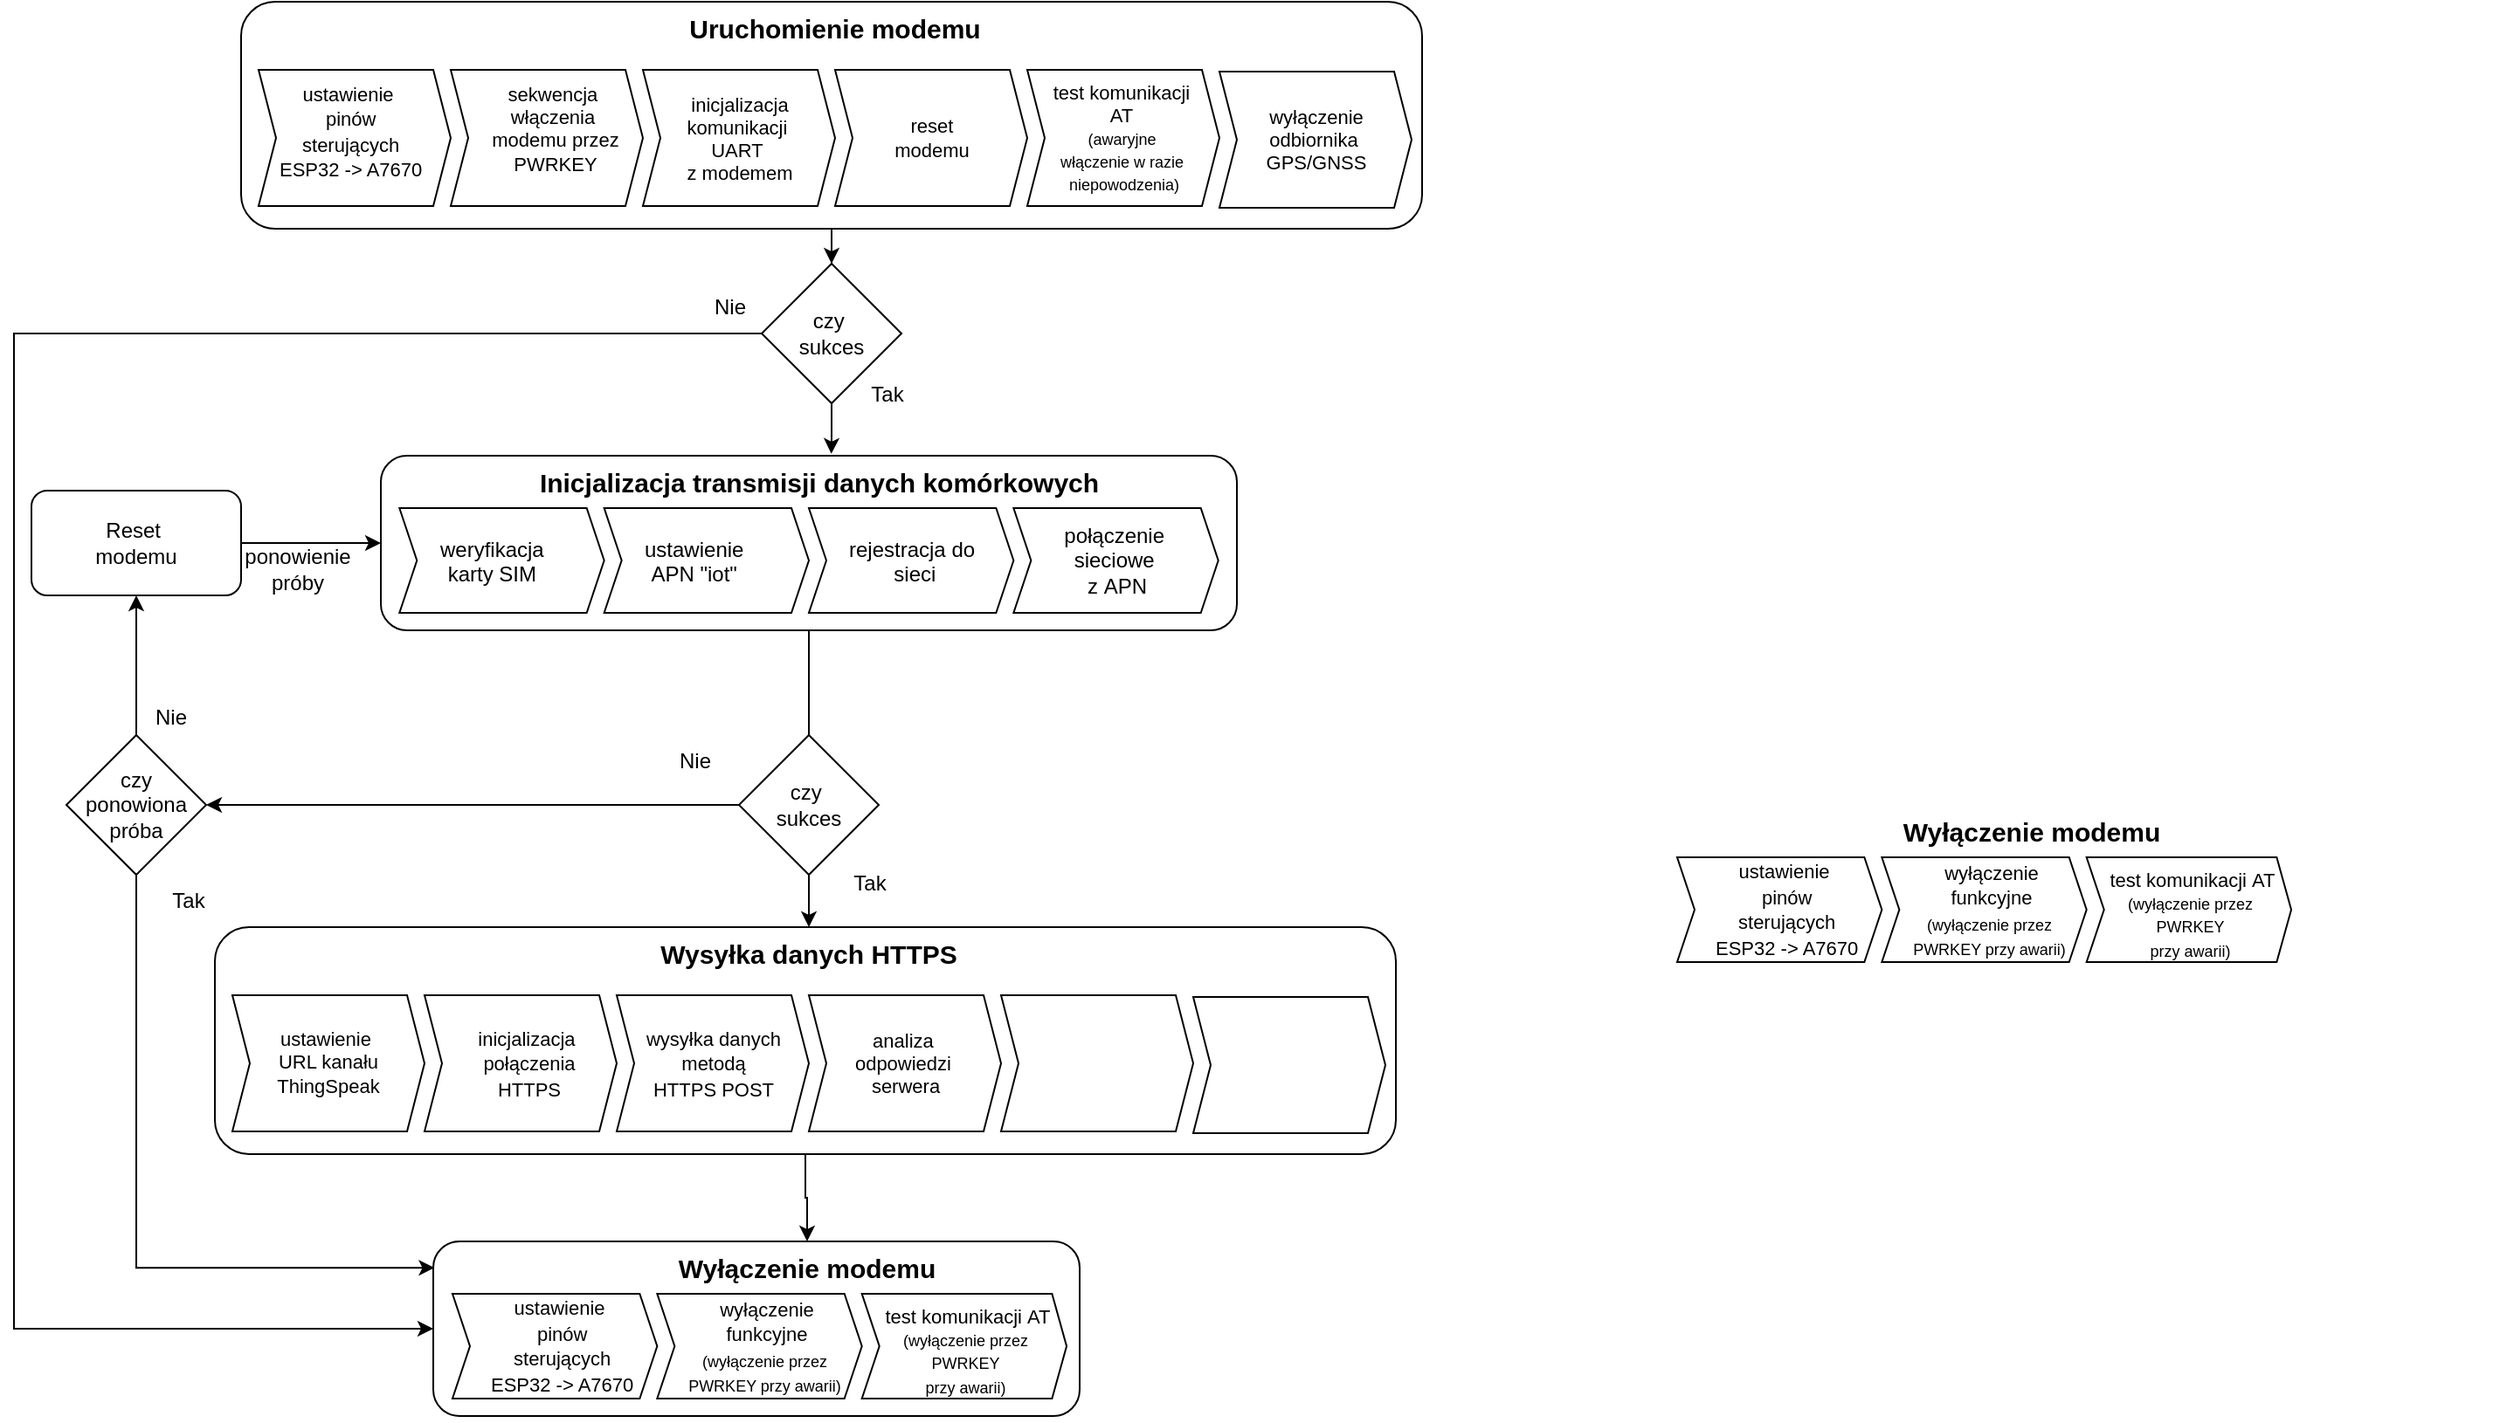
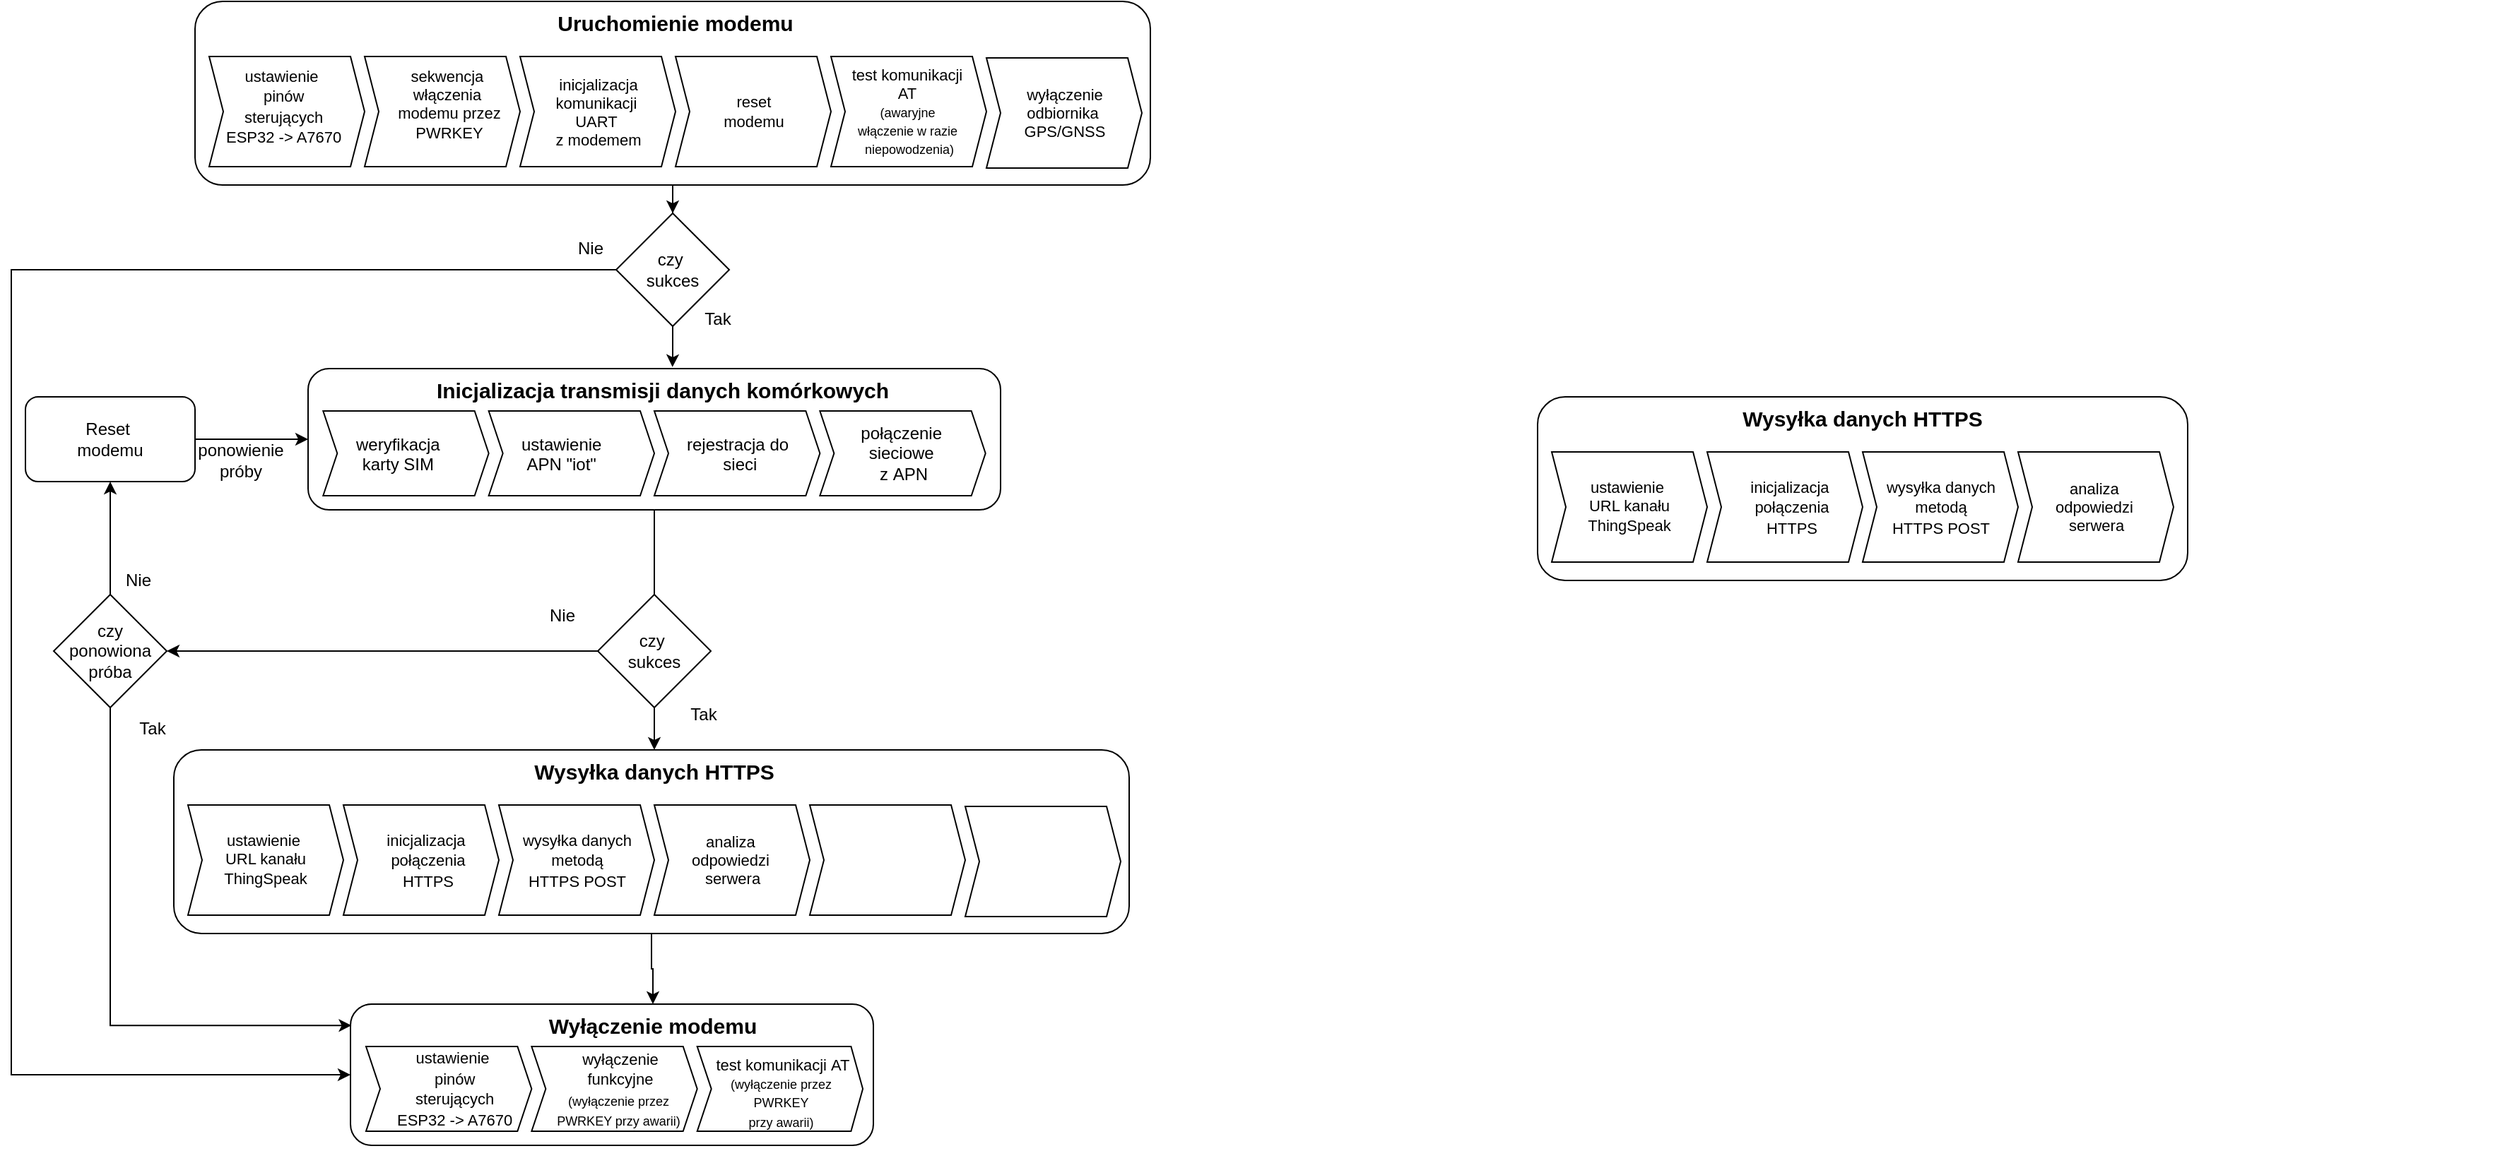
<mxfile host="app.diagrams.net">
  <diagram name="Strona-1" id="qUiWrLwNQSNPpPlMcjFA">
-     <mxGraphModel dx="913" dy="1979" grid="1" gridSize="10" guides="1" tooltips="1" connect="1" arrows="1" fold="1" page="1" pageScale="1" pageWidth="827" pageHeight="1169" math="0" shadow="0">
+     <mxGraphModel dx="970" dy="1851" grid="1" gridSize="10" guides="1" tooltips="1" connect="1" arrows="1" fold="1" page="1" pageScale="1" pageWidth="827" pageHeight="1169" math="0" shadow="0">
      <root>
        <mxCell id="0" />
        <mxCell id="1" parent="0" />
        <mxCell id="zzqq1YDTvUKB0URQ00NY-44" connectable="0" parent="1" style="group" value="" vertex="1">
          <mxGeometry height="100" width="490.6521739130435" x="650" y="110" as="geometry" />
        </mxCell>
        <mxCell id="zzqq1YDTvUKB0URQ00NY-41" parent="zzqq1YDTvUKB0URQ00NY-44" style="rounded=1;whiteSpace=wrap;html=1;fillColor=none;" value="" vertex="1">
          <mxGeometry height="100" width="490.0000000000001" as="geometry" />
        </mxCell>
        <mxCell id="zzqq1YDTvUKB0URQ00NY-43" connectable="0" parent="zzqq1YDTvUKB0URQ00NY-44" style="group" value="" vertex="1">
          <mxGeometry height="90" width="480" x="10.65217391304348" as="geometry" />
        </mxCell>
        <mxCell id="zzqq1YDTvUKB0URQ00NY-32" parent="zzqq1YDTvUKB0URQ00NY-43" style="html=1;shadow=0;dashed=0;align=center;verticalAlign=middle;shape=mxgraph.arrows2.arrow;dy=0;dx=10;notch=10;" value="" vertex="1">
          <mxGeometry height="60" width="117.17391304347828" y="30" as="geometry" />
        </mxCell>
        <mxCell id="zzqq1YDTvUKB0URQ00NY-34" parent="zzqq1YDTvUKB0URQ00NY-43" style="text;whiteSpace=wrap;html=1;" value="&lt;span style=&quot;caret-color: rgb(0, 0, 0); color: rgb(0, 0, 0); font-family: Helvetica; font-size: 12.000001px; font-style: normal; font-variant-caps: normal; font-weight: 400; letter-spacing: normal; orphans: 2; text-align: center; text-indent: 0px; text-transform: none; white-space: nowrap; widows: 2; word-spacing: 0px; -webkit-text-stroke-width: 0px; text-decoration-line: none; text-decoration-thickness: auto; text-decoration-style: solid;&quot;&gt;weryfikacja&lt;/span&gt;&lt;div style=&quot;caret-color: rgb(0, 0, 0); color: rgb(0, 0, 0); font-family: Helvetica; font-size: 12.000001px; font-style: normal; font-variant-caps: normal; font-weight: 400; letter-spacing: normal; orphans: 2; text-align: center; text-indent: 0px; text-transform: none; white-space: nowrap; widows: 2; word-spacing: 0px; -webkit-text-stroke-width: 0px; text-decoration-line: none; text-decoration-thickness: auto; text-decoration-style: solid;&quot;&gt;karty SIM&lt;/div&gt;" vertex="1">
          <mxGeometry height="50" width="95.86956521739131" x="21.30434782608696" y="40" as="geometry" />
        </mxCell>
        <mxCell id="zzqq1YDTvUKB0URQ00NY-35" parent="zzqq1YDTvUKB0URQ00NY-43" style="html=1;shadow=0;dashed=0;align=center;verticalAlign=middle;shape=mxgraph.arrows2.arrow;dy=0;dx=10;notch=10;" value="" vertex="1">
          <mxGeometry height="60" width="117.17391304347828" x="117.17391304347828" y="30" as="geometry" />
        </mxCell>
        <mxCell id="zzqq1YDTvUKB0URQ00NY-36" parent="zzqq1YDTvUKB0URQ00NY-43" style="text;whiteSpace=wrap;html=1;" value="&lt;div style=&quot;text-align: center;&quot;&gt;&lt;span style=&quot;font-size: 12px; caret-color: rgb(0, 0, 0); text-wrap-mode: nowrap;&quot;&gt;&lt;font color=&quot;#000000&quot;&gt;ustawienie&lt;/font&gt;&lt;/span&gt;&lt;/div&gt;&lt;div style=&quot;text-align: center;&quot;&gt;&lt;span style=&quot;font-size: 12px; caret-color: rgb(0, 0, 0); text-wrap-mode: nowrap;&quot;&gt;&lt;font color=&quot;#000000&quot;&gt;APN&amp;nbsp;&lt;/font&gt;&lt;/span&gt;&lt;span style=&quot;font-size: 12px; white-space: nowrap;&quot;&gt;&quot;iot&quot;&lt;/span&gt;&lt;/div&gt;" vertex="1">
          <mxGeometry height="50" width="95.86956521739131" x="138.47826086956525" y="40" as="geometry" />
        </mxCell>
        <mxCell id="zzqq1YDTvUKB0URQ00NY-37" parent="zzqq1YDTvUKB0URQ00NY-43" style="html=1;shadow=0;dashed=0;align=center;verticalAlign=middle;shape=mxgraph.arrows2.arrow;dy=0;dx=10;notch=10;" value="" vertex="1">
          <mxGeometry height="60" width="117.17391304347828" x="234.34782608695656" y="30" as="geometry" />
        </mxCell>
        <mxCell id="zzqq1YDTvUKB0URQ00NY-38" parent="zzqq1YDTvUKB0URQ00NY-43" style="text;whiteSpace=wrap;html=1;" value="&lt;div style=&quot;text-align: center;&quot;&gt;&lt;span style=&quot;caret-color: rgb(0, 0, 0); text-wrap-mode: nowrap;&quot;&gt;rejestracja do&amp;nbsp;&lt;/span&gt;&lt;/div&gt;&lt;div style=&quot;text-align: center;&quot;&gt;&lt;span style=&quot;caret-color: rgb(0, 0, 0); text-wrap-mode: nowrap;&quot;&gt;sieci&lt;/span&gt;&lt;/div&gt;" vertex="1">
          <mxGeometry height="50" width="95.86956521739131" x="255.6521739130435" y="40" as="geometry" />
        </mxCell>
        <mxCell id="zzqq1YDTvUKB0URQ00NY-39" parent="zzqq1YDTvUKB0URQ00NY-43" style="html=1;shadow=0;dashed=0;align=center;verticalAlign=middle;shape=mxgraph.arrows2.arrow;dy=0;dx=10;notch=10;" value="połączenie&amp;nbsp;&lt;div&gt;sieciowe&amp;nbsp;&lt;/div&gt;&lt;div&gt;z&amp;nbsp;&lt;span style=&quot;font-size: 12px;&quot;&gt;APN&lt;/span&gt;&lt;/div&gt;" vertex="1">
          <mxGeometry height="60" width="117.17391304347828" x="351.52173913043487" y="30" as="geometry" />
        </mxCell>
        <mxCell id="zzqq1YDTvUKB0URQ00NY-42" parent="zzqq1YDTvUKB0URQ00NY-43" style="text;whiteSpace=wrap;html=1;align=center;" value="&lt;div style=&quot;&quot;&gt;&lt;span style=&quot;&quot;&gt;&lt;b&gt;&lt;font style=&quot;font-size: 15px;&quot;&gt;Inicjalizacja transmisji danych komórkowych&lt;/font&gt;&lt;/b&gt;&lt;/span&gt;&lt;br&gt;&lt;/div&gt;" vertex="1">
          <mxGeometry height="50" width="480" as="geometry" />
        </mxCell>
        <mxCell id="zzqq1YDTvUKB0URQ00NY-64" connectable="0" parent="1" style="group" value="" vertex="1">
          <mxGeometry height="130" width="680" x="570" y="-150" as="geometry" />
        </mxCell>
        <mxCell id="zzqq1YDTvUKB0URQ00NY-47" parent="zzqq1YDTvUKB0URQ00NY-64" style="rounded=1;whiteSpace=wrap;html=1;fillColor=none;" value="" vertex="1">
          <mxGeometry height="130" width="676" as="geometry" />
        </mxCell>
        <mxCell id="zzqq1YDTvUKB0URQ00NY-63" connectable="0" parent="zzqq1YDTvUKB0URQ00NY-64" style="group" value="" vertex="1">
          <mxGeometry height="118" width="670" x="10" as="geometry" />
        </mxCell>
        <mxCell id="zzqq1YDTvUKB0URQ00NY-48" connectable="0" parent="zzqq1YDTvUKB0URQ00NY-63" style="group" value="" vertex="1">
          <mxGeometry height="117" width="670" as="geometry" />
        </mxCell>
        <mxCell id="zzqq1YDTvUKB0URQ00NY-49" parent="zzqq1YDTvUKB0URQ00NY-48" style="html=1;shadow=0;dashed=0;align=center;verticalAlign=middle;shape=mxgraph.arrows2.arrow;dy=0;dx=10;notch=10;" value="" vertex="1">
          <mxGeometry height="78" width="110" y="39" as="geometry" />
        </mxCell>
        <mxCell id="zzqq1YDTvUKB0URQ00NY-51" parent="zzqq1YDTvUKB0URQ00NY-48" style="html=1;shadow=0;dashed=0;align=center;verticalAlign=middle;shape=mxgraph.arrows2.arrow;dy=0;dx=10;notch=10;" value="" vertex="1">
          <mxGeometry height="78" width="110" x="110" y="39" as="geometry" />
        </mxCell>
        <mxCell id="zzqq1YDTvUKB0URQ00NY-52" parent="zzqq1YDTvUKB0URQ00NY-48" style="text;whiteSpace=wrap;html=1;fontSize=11;align=center;" value="&lt;div style=&quot;&quot;&gt;&lt;span style=&quot;caret-color: rgb(0, 0, 0); text-wrap-mode: nowrap;&quot;&gt;sekwencja&amp;nbsp;&lt;/span&gt;&lt;/div&gt;&lt;div style=&quot;&quot;&gt;&lt;span style=&quot;caret-color: rgb(0, 0, 0); text-wrap-mode: nowrap;&quot;&gt;włączenia&amp;nbsp;&lt;/span&gt;&lt;/div&gt;&lt;div style=&quot;&quot;&gt;&lt;span style=&quot;caret-color: rgb(0, 0, 0); text-wrap-mode: nowrap;&quot;&gt;modemu przez&lt;/span&gt;&lt;/div&gt;&lt;div style=&quot;&quot;&gt;&lt;span style=&quot;caret-color: rgb(0, 0, 0); text-wrap-mode: nowrap;&quot;&gt;PWRKEY&lt;/span&gt;&lt;/div&gt;&lt;div style=&quot;&quot;&gt;&lt;span style=&quot;caret-color: rgb(0, 0, 0); text-wrap-mode: nowrap;&quot;&gt;&lt;br&gt;&lt;/span&gt;&lt;/div&gt;&lt;div style=&quot;&quot;&gt;&lt;br&gt;&lt;/div&gt;" vertex="1">
          <mxGeometry height="77" width="120" x="110" y="40" as="geometry" />
        </mxCell>
        <mxCell id="zzqq1YDTvUKB0URQ00NY-53" parent="zzqq1YDTvUKB0URQ00NY-48" style="html=1;shadow=0;dashed=0;align=center;verticalAlign=middle;shape=mxgraph.arrows2.arrow;dy=0;dx=10;notch=10;" value="&lt;span style=&quot;font-size: 11px; float: none; display: inline !important; caret-color: rgb(0, 0, 0); color: rgb(0, 0, 0); text-decoration-color: currentcolor;&quot;&gt;inicjalizacja&lt;/span&gt;&lt;div style=&quot;font-size: 11px; white-space: normal; caret-color: rgb(0, 0, 0); color: rgb(0, 0, 0);&quot;&gt;&lt;span style=&quot;text-wrap-mode: nowrap;&quot;&gt;komunikacji&amp;nbsp;&lt;/span&gt;&lt;/div&gt;&lt;div style=&quot;font-size: 11px; white-space: normal; caret-color: rgb(0, 0, 0); color: rgb(0, 0, 0);&quot;&gt;&lt;span style=&quot;text-wrap-mode: nowrap;&quot;&gt;UART&amp;nbsp;&lt;/span&gt;&lt;/div&gt;&lt;div style=&quot;font-size: 11px; white-space: normal; caret-color: rgb(0, 0, 0); color: rgb(0, 0, 0);&quot;&gt;&lt;span style=&quot;text-wrap-mode: nowrap;&quot;&gt;z modemem&lt;/span&gt;&lt;/div&gt;" vertex="1">
          <mxGeometry height="78" width="110" x="220" y="39" as="geometry" />
        </mxCell>
        <mxCell id="zzqq1YDTvUKB0URQ00NY-55" parent="zzqq1YDTvUKB0URQ00NY-48" style="html=1;shadow=0;dashed=0;align=center;verticalAlign=middle;shape=mxgraph.arrows2.arrow;dy=0;dx=10;notch=10;fontSize=11;labelBackgroundColor=none;" value="reset&lt;div&gt;modemu&lt;/div&gt;" vertex="1">
          <mxGeometry height="78" width="110" x="330" y="39" as="geometry" />
        </mxCell>
        <mxCell id="zzqq1YDTvUKB0URQ00NY-56" parent="zzqq1YDTvUKB0URQ00NY-48" style="text;whiteSpace=wrap;html=1;align=center;" value="&lt;div style=&quot;&quot;&gt;&lt;b&gt;&lt;font style=&quot;font-size: 15px;&quot;&gt;Uruchomienie modemu&lt;/font&gt;&lt;/b&gt;&lt;/div&gt;" vertex="1">
          <mxGeometry height="65" width="680" x="-10" as="geometry" />
        </mxCell>
        <mxCell id="zzqq1YDTvUKB0URQ00NY-50" parent="zzqq1YDTvUKB0URQ00NY-48" style="text;whiteSpace=wrap;html=1;" value="&lt;div style=&quot;text-align: center;&quot;&gt;&lt;span style=&quot;text-wrap-mode: nowrap;&quot;&gt;&lt;font style=&quot;font-size: 11px;&quot;&gt;ustawienie&amp;nbsp;&lt;/font&gt;&lt;/span&gt;&lt;/div&gt;&lt;div style=&quot;text-align: center;&quot;&gt;&lt;span style=&quot;text-wrap-mode: nowrap;&quot;&gt;&lt;font style=&quot;font-size: 11px;&quot;&gt;pinów&lt;/font&gt;&lt;/span&gt;&lt;/div&gt;&lt;div style=&quot;text-align: center;&quot;&gt;&lt;span style=&quot;text-wrap-mode: nowrap;&quot;&gt;&lt;font style=&quot;font-size: 11px;&quot;&gt;&amp;nbsp;sterujących&amp;nbsp;&lt;/font&gt;&lt;/span&gt;&lt;/div&gt;&lt;div style=&quot;text-align: center;&quot;&gt;&lt;span style=&quot;font-size: 11px; text-wrap-mode: nowrap;&quot;&gt;ESP32 -&amp;gt; A7670&lt;/span&gt;&lt;/div&gt;&lt;div style=&quot;text-align: center;&quot;&gt;&lt;span style=&quot;text-wrap-mode: nowrap;&quot;&gt;&lt;br&gt;&lt;/span&gt;&lt;/div&gt;" vertex="1">
          <mxGeometry height="65" width="90" x="10" y="39" as="geometry" />
        </mxCell>
        <mxCell id="zzqq1YDTvUKB0URQ00NY-58" parent="zzqq1YDTvUKB0URQ00NY-63" style="html=1;shadow=0;dashed=0;align=center;verticalAlign=middle;shape=mxgraph.arrows2.arrow;dy=0;dx=10;notch=10;fontSize=11;" value="test komunikacji&amp;nbsp;&lt;div&gt;AT&amp;nbsp;&lt;div&gt;&lt;font style=&quot;font-size: 9px;&quot;&gt;(awaryjne&amp;nbsp;&lt;/font&gt;&lt;/div&gt;&lt;div&gt;&lt;font style=&quot;font-size: 9px;&quot;&gt;włączenie w razie&amp;nbsp;&lt;/font&gt;&lt;/div&gt;&lt;div&gt;&lt;font style=&quot;font-size: 9px;&quot;&gt;niepowodzenia)&lt;/font&gt;&lt;/div&gt;&lt;/div&gt;" vertex="1">
          <mxGeometry height="78" width="110" x="440" y="39" as="geometry" />
        </mxCell>
        <mxCell id="zzqq1YDTvUKB0URQ00NY-59" parent="zzqq1YDTvUKB0URQ00NY-63" style="html=1;shadow=0;dashed=0;align=center;verticalAlign=middle;shape=mxgraph.arrows2.arrow;dy=0;dx=10;notch=10;fontSize=11;" value="wyłączenie&lt;div&gt;odbiornika&amp;nbsp;&lt;/div&gt;&lt;div&gt;GPS/GNSS&lt;/div&gt;" vertex="1">
          <mxGeometry height="78" width="110" x="550" y="40" as="geometry" />
        </mxCell>
        <mxCell id="zzqq1YDTvUKB0URQ00NY-69" edge="1" parent="1" source="zzqq1YDTvUKB0URQ00NY-65" style="edgeStyle=orthogonalEdgeStyle;rounded=0;orthogonalLoop=1;jettySize=auto;html=1;fontSize=13;entryX=0.515;entryY=-0.022;entryDx=0;entryDy=0;entryPerimeter=0;" target="zzqq1YDTvUKB0URQ00NY-42" value="">
          <mxGeometry relative="1" as="geometry" />
        </mxCell>
        <mxCell id="zzqq1YDTvUKB0URQ00NY-126" edge="1" parent="1" source="zzqq1YDTvUKB0URQ00NY-65" style="edgeStyle=orthogonalEdgeStyle;rounded=0;orthogonalLoop=1;jettySize=auto;html=1;entryX=0;entryY=0.5;entryDx=0;entryDy=0;" target="zzqq1YDTvUKB0URQ00NY-73">
          <mxGeometry relative="1" as="geometry">
            <Array as="points">
              <mxPoint x="440" y="40" />
              <mxPoint x="440" y="610" />
            </Array>
            <mxPoint x="430" y="730" as="targetPoint" />
          </mxGeometry>
        </mxCell>
        <mxCell id="zzqq1YDTvUKB0URQ00NY-65" parent="1" style="rhombus;whiteSpace=wrap;html=1;" value="czy&amp;nbsp;&lt;div&gt;sukces&lt;/div&gt;" vertex="1">
          <mxGeometry height="80" width="80" x="868" as="geometry" />
        </mxCell>
        <mxCell id="zzqq1YDTvUKB0URQ00NY-66" parent="1" style="text;html=1;whiteSpace=wrap;strokeColor=none;fillColor=none;align=center;verticalAlign=middle;rounded=0;" value="Nie" vertex="1">
          <mxGeometry height="30" width="60" x="820" y="10" as="geometry" />
        </mxCell>
        <mxCell id="zzqq1YDTvUKB0URQ00NY-94" parent="1" style="text;html=1;whiteSpace=wrap;strokeColor=none;fillColor=none;align=center;verticalAlign=middle;rounded=0;" value="Tak" vertex="1">
          <mxGeometry height="30" width="60" x="910" y="60" as="geometry" />
        </mxCell>
        <mxCell id="zzqq1YDTvUKB0URQ00NY-95" connectable="0" parent="1" style="group" value="" vertex="1">
          <mxGeometry height="140" width="680" x="555" y="380" as="geometry" />
        </mxCell>
        <mxCell id="zzqq1YDTvUKB0URQ00NY-96" parent="zzqq1YDTvUKB0URQ00NY-95" style="rounded=1;whiteSpace=wrap;html=1;fillColor=none;" value="" vertex="1">
          <mxGeometry height="130" width="676" as="geometry" />
        </mxCell>
        <mxCell id="zzqq1YDTvUKB0URQ00NY-97" connectable="0" parent="zzqq1YDTvUKB0URQ00NY-95" style="group" value="" vertex="1">
          <mxGeometry height="140" width="670" x="10" as="geometry" />
        </mxCell>
        <mxCell id="zzqq1YDTvUKB0URQ00NY-98" connectable="0" parent="zzqq1YDTvUKB0URQ00NY-97" style="group" value="" vertex="1">
          <mxGeometry height="140" width="670" as="geometry" />
        </mxCell>
        <mxCell id="zzqq1YDTvUKB0URQ00NY-99" parent="zzqq1YDTvUKB0URQ00NY-98" style="html=1;shadow=0;dashed=0;align=center;verticalAlign=middle;shape=mxgraph.arrows2.arrow;dy=0;dx=10;notch=10;" value="" vertex="1">
          <mxGeometry height="78" width="110" y="39" as="geometry" />
        </mxCell>
        <mxCell id="zzqq1YDTvUKB0URQ00NY-100" parent="zzqq1YDTvUKB0URQ00NY-98" style="html=1;shadow=0;dashed=0;align=center;verticalAlign=middle;shape=mxgraph.arrows2.arrow;dy=0;dx=10;notch=10;" value="" vertex="1">
          <mxGeometry height="78" width="110" x="110" y="39" as="geometry" />
        </mxCell>
        <mxCell id="zzqq1YDTvUKB0URQ00NY-101" parent="zzqq1YDTvUKB0URQ00NY-98" style="text;whiteSpace=wrap;html=1;fontSize=11;align=center;" value="&lt;div style=&quot;&quot;&gt;&lt;div style=&quot;font-size: 12.000001px;&quot;&gt;&lt;span style=&quot;font-size: 11px; text-wrap-mode: nowrap;&quot;&gt;inicjalizacja&lt;/span&gt;&lt;span style=&quot;font-size: 11px; white-space: nowrap;&quot;&gt;&amp;nbsp;&lt;/span&gt;&lt;/div&gt;&lt;div style=&quot;font-size: 12.000001px;&quot;&gt;&lt;span style=&quot;font-size: 11px; white-space: nowrap;&quot;&gt;połączenia&lt;/span&gt;&lt;/div&gt;&lt;div style=&quot;font-size: 12.000001px;&quot;&gt;&lt;span style=&quot;font-size: 11px; white-space: nowrap;&quot;&gt;HTTPS&lt;/span&gt;&lt;/div&gt;&lt;/div&gt;" vertex="1">
          <mxGeometry height="90" width="120" x="110" y="50" as="geometry" />
        </mxCell>
        <mxCell id="zzqq1YDTvUKB0URQ00NY-102" parent="zzqq1YDTvUKB0URQ00NY-98" style="html=1;shadow=0;dashed=0;align=center;verticalAlign=middle;shape=mxgraph.arrows2.arrow;dy=0;dx=10;notch=10;" value="&lt;font color=&quot;#000000&quot;&gt;&lt;span style=&quot;caret-color: rgb(0, 0, 0); font-size: 11px;&quot;&gt;wysyłka danych&lt;/span&gt;&lt;/font&gt;&lt;div&gt;&lt;span style=&quot;caret-color: rgb(0, 0, 0); font-size: 11px;&quot;&gt;metodą&lt;br&gt;&lt;/span&gt;&lt;div&gt;&lt;font color=&quot;#000000&quot;&gt;&lt;span style=&quot;caret-color: rgb(0, 0, 0); font-size: 11px;&quot;&gt;HTTPS POST&lt;/span&gt;&lt;/font&gt;&lt;/div&gt;&lt;/div&gt;" vertex="1">
          <mxGeometry height="78" width="110" x="220" y="39" as="geometry" />
        </mxCell>
        <mxCell id="zzqq1YDTvUKB0URQ00NY-103" parent="zzqq1YDTvUKB0URQ00NY-98" style="html=1;shadow=0;dashed=0;align=center;verticalAlign=middle;shape=mxgraph.arrows2.arrow;dy=0;dx=10;notch=10;fontSize=11;labelBackgroundColor=none;" value="analiza&amp;nbsp;&lt;div&gt;odpowiedzi&amp;nbsp;&lt;/div&gt;&lt;div&gt;serwera&lt;/div&gt;" vertex="1">
          <mxGeometry height="78" width="110" x="330" y="39" as="geometry" />
        </mxCell>
        <mxCell id="zzqq1YDTvUKB0URQ00NY-104" parent="zzqq1YDTvUKB0URQ00NY-98" style="text;whiteSpace=wrap;html=1;align=center;" value="&lt;div style=&quot;&quot;&gt;&lt;b&gt;&lt;font style=&quot;font-size: 15px;&quot;&gt;Wysyłka danych HTTPS&lt;/font&gt;&lt;/b&gt;&lt;/div&gt;" vertex="1">
          <mxGeometry height="65" width="680" x="-10" as="geometry" />
        </mxCell>
        <mxCell id="zzqq1YDTvUKB0URQ00NY-105" parent="zzqq1YDTvUKB0URQ00NY-98" style="text;whiteSpace=wrap;html=1;align=center;" value="&lt;div style=&quot;&quot;&gt;&lt;span style=&quot;font-size: 11px; white-space: nowrap;&quot;&gt;ustawienie&amp;nbsp;&lt;/span&gt;&lt;br&gt;&lt;/div&gt;&lt;div style=&quot;font-size: 11px;&quot;&gt;&lt;span style=&quot;white-space: nowrap;&quot;&gt;URL kanału&lt;/span&gt;&lt;br&gt;&lt;/div&gt;&lt;div style=&quot;font-size: 11px;&quot;&gt;&lt;span style=&quot;white-space: nowrap;&quot;&gt;ThingSpeak&lt;/span&gt;&lt;/div&gt;" vertex="1">
          <mxGeometry height="70" width="150" x="-20" y="50" as="geometry" />
        </mxCell>
        <mxCell id="zzqq1YDTvUKB0URQ00NY-106" parent="zzqq1YDTvUKB0URQ00NY-97" style="html=1;shadow=0;dashed=0;align=center;verticalAlign=middle;shape=mxgraph.arrows2.arrow;dy=0;dx=10;notch=10;fontSize=11;" value="" vertex="1">
          <mxGeometry height="78" width="110" x="440" y="39" as="geometry" />
        </mxCell>
        <mxCell id="zzqq1YDTvUKB0URQ00NY-107" parent="zzqq1YDTvUKB0URQ00NY-97" style="html=1;shadow=0;dashed=0;align=center;verticalAlign=middle;shape=mxgraph.arrows2.arrow;dy=0;dx=10;notch=10;fontSize=11;" value="" vertex="1">
          <mxGeometry height="78" width="110" x="550" y="40" as="geometry" />
        </mxCell>
        <mxCell id="zzqq1YDTvUKB0URQ00NY-108" edge="1" parent="1" source="zzqq1YDTvUKB0URQ00NY-41" style="edgeStyle=orthogonalEdgeStyle;rounded=0;orthogonalLoop=1;jettySize=auto;html=1;entryX=0.5;entryY=0;entryDx=0;entryDy=0;exitX=0.5;exitY=1;exitDx=0;exitDy=0;" target="zzqq1YDTvUKB0URQ00NY-104">
          <mxGeometry relative="1" as="geometry" />
        </mxCell>
        <mxCell id="zzqq1YDTvUKB0URQ00NY-119" edge="1" parent="1" source="zzqq1YDTvUKB0URQ00NY-109" style="edgeStyle=orthogonalEdgeStyle;rounded=0;orthogonalLoop=1;jettySize=auto;html=1;" target="zzqq1YDTvUKB0URQ00NY-115">
          <mxGeometry relative="1" as="geometry" />
        </mxCell>
        <mxCell id="zzqq1YDTvUKB0URQ00NY-109" parent="1" style="rhombus;whiteSpace=wrap;html=1;" value="czy&amp;nbsp;&lt;div&gt;sukces&lt;/div&gt;" vertex="1">
          <mxGeometry height="80" width="80" x="855" y="270" as="geometry" />
        </mxCell>
        <mxCell id="zzqq1YDTvUKB0URQ00NY-110" parent="1" style="text;html=1;whiteSpace=wrap;strokeColor=none;fillColor=none;align=center;verticalAlign=middle;rounded=0;" value="Tak" vertex="1">
          <mxGeometry height="30" width="60" x="900" y="340" as="geometry" />
        </mxCell>
        <mxCell id="zzqq1YDTvUKB0URQ00NY-111" parent="1" style="text;html=1;whiteSpace=wrap;strokeColor=none;fillColor=none;align=center;verticalAlign=middle;rounded=0;" value="Nie" vertex="1">
          <mxGeometry height="30" width="60" x="800" y="270" as="geometry" />
        </mxCell>
        <mxCell id="zzqq1YDTvUKB0URQ00NY-121" edge="1" parent="1" source="zzqq1YDTvUKB0URQ00NY-113" style="edgeStyle=orthogonalEdgeStyle;rounded=0;orthogonalLoop=1;jettySize=auto;html=1;entryX=0;entryY=0.5;entryDx=0;entryDy=0;" target="zzqq1YDTvUKB0URQ00NY-41" value="">
          <mxGeometry relative="1" as="geometry" />
        </mxCell>
        <mxCell id="zzqq1YDTvUKB0URQ00NY-113" parent="1" style="rounded=1;whiteSpace=wrap;html=1;" value="Reset&amp;nbsp;&lt;div&gt;modemu&lt;/div&gt;" vertex="1">
          <mxGeometry height="60" width="120" x="450" y="130" as="geometry" />
        </mxCell>
        <mxCell id="zzqq1YDTvUKB0URQ00NY-114" edge="1" parent="1" source="zzqq1YDTvUKB0URQ00NY-115" style="edgeStyle=orthogonalEdgeStyle;rounded=0;orthogonalLoop=1;jettySize=auto;html=1;" target="zzqq1YDTvUKB0URQ00NY-113" value="">
          <mxGeometry relative="1" as="geometry" />
        </mxCell>
        <mxCell id="zzqq1YDTvUKB0URQ00NY-122" edge="1" parent="1" source="zzqq1YDTvUKB0URQ00NY-115" style="edgeStyle=orthogonalEdgeStyle;rounded=0;orthogonalLoop=1;jettySize=auto;html=1;entryX=0.002;entryY=0.151;entryDx=0;entryDy=0;entryPerimeter=0;" target="zzqq1YDTvUKB0URQ00NY-73">
          <mxGeometry relative="1" as="geometry">
            <Array as="points">
              <mxPoint x="510" y="575" />
            </Array>
          </mxGeometry>
        </mxCell>
        <mxCell id="zzqq1YDTvUKB0URQ00NY-115" parent="1" style="rhombus;whiteSpace=wrap;html=1;" value="czy ponowiona próba" vertex="1">
          <mxGeometry height="80" width="80" x="470" y="270" as="geometry" />
        </mxCell>
        <mxCell id="zzqq1YDTvUKB0URQ00NY-116" parent="1" style="text;html=1;whiteSpace=wrap;strokeColor=none;fillColor=none;align=center;verticalAlign=middle;rounded=0;" value="Nie" vertex="1">
          <mxGeometry height="30" width="60" x="500" y="245" as="geometry" />
        </mxCell>
        <mxCell id="zzqq1YDTvUKB0URQ00NY-117" parent="1" style="text;html=1;whiteSpace=wrap;strokeColor=none;fillColor=none;align=center;verticalAlign=middle;rounded=0;" value="Tak" vertex="1">
          <mxGeometry height="30" width="60" x="510" y="350" as="geometry" />
        </mxCell>
        <mxCell id="zzqq1YDTvUKB0URQ00NY-120" parent="1" style="text;html=1;whiteSpace=wrap;strokeColor=none;fillColor=none;align=center;verticalAlign=middle;rounded=0;" value="ponowienie próby" vertex="1">
          <mxGeometry height="30" width="95" x="555" y="160" as="geometry" />
        </mxCell>
        <mxCell id="zzqq1YDTvUKB0URQ00NY-128" edge="1" parent="1" source="zzqq1YDTvUKB0URQ00NY-47" style="edgeStyle=orthogonalEdgeStyle;rounded=0;orthogonalLoop=1;jettySize=auto;html=1;entryX=0.5;entryY=0;entryDx=0;entryDy=0;" target="zzqq1YDTvUKB0URQ00NY-65">
          <mxGeometry relative="1" as="geometry" />
        </mxCell>
        <mxCell id="zzqq1YDTvUKB0URQ00NY-129" edge="1" parent="1" source="zzqq1YDTvUKB0URQ00NY-96" style="edgeStyle=orthogonalEdgeStyle;rounded=0;orthogonalLoop=1;jettySize=auto;html=1;" target="zzqq1YDTvUKB0URQ00NY-82" value="">
          <mxGeometry relative="1" as="geometry" />
        </mxCell>
        <mxCell id="zzqq1YDTvUKB0URQ00NY-73" parent="1" style="rounded=1;whiteSpace=wrap;html=1;fillColor=none;" value="" vertex="1">
          <mxGeometry height="100" width="370" x="680" y="560" as="geometry" />
        </mxCell>
        <mxCell id="zzqq1YDTvUKB0URQ00NY-133" connectable="0" parent="1" style="group" value="" vertex="1">
          <mxGeometry height="95" width="501.9999999999999" x="659.0021739130435" y="560" as="geometry" />
        </mxCell>
        <mxCell id="zzqq1YDTvUKB0URQ00NY-74" connectable="0" parent="zzqq1YDTvUKB0URQ00NY-133" style="group" value="" vertex="1">
          <mxGeometry height="95" width="470" x="32" as="geometry" />
        </mxCell>
        <mxCell id="zzqq1YDTvUKB0URQ00NY-75" parent="zzqq1YDTvUKB0URQ00NY-74" style="html=1;shadow=0;dashed=0;align=center;verticalAlign=middle;shape=mxgraph.arrows2.arrow;dy=0;dx=10;notch=10;" value="" vertex="1">
          <mxGeometry height="60" width="117.17391304347828" y="30" as="geometry" />
        </mxCell>
        <mxCell id="zzqq1YDTvUKB0URQ00NY-76" parent="zzqq1YDTvUKB0URQ00NY-74" style="text;whiteSpace=wrap;html=1;" value="&lt;div style=&quot;font-size: 12.000001px; text-align: center;&quot;&gt;&lt;span style=&quot;text-wrap-mode: nowrap;&quot;&gt;&lt;font style=&quot;font-size: 11px;&quot;&gt;&lt;br&gt;&lt;/font&gt;&lt;/span&gt;&lt;/div&gt;&lt;div style=&quot;font-size: 12.000001px; text-align: center;&quot;&gt;&lt;span style=&quot;text-wrap-mode: nowrap;&quot;&gt;&lt;font style=&quot;font-size: 11px;&quot;&gt;ustawienie&amp;nbsp;&lt;/font&gt;&lt;/span&gt;&lt;/div&gt;&lt;div style=&quot;font-size: 12.000001px; text-align: center;&quot;&gt;&lt;span style=&quot;text-wrap-mode: nowrap;&quot;&gt;&lt;font style=&quot;font-size: 11px;&quot;&gt;pinów&lt;/font&gt;&lt;/span&gt;&lt;/div&gt;&lt;div style=&quot;font-size: 12.000001px; text-align: center;&quot;&gt;&lt;span style=&quot;text-wrap-mode: nowrap;&quot;&gt;&lt;font style=&quot;font-size: 11px;&quot;&gt;&amp;nbsp;sterujących&amp;nbsp;&lt;/font&gt;&lt;/span&gt;&lt;/div&gt;&lt;div style=&quot;font-size: 12.000001px; text-align: center;&quot;&gt;&lt;span style=&quot;font-size: 11px; text-wrap-mode: nowrap;&quot;&gt;ESP32 -&amp;gt; A7670&lt;/span&gt;&lt;/div&gt;&lt;div&gt;&lt;span style=&quot;font-size: 11px; text-wrap-mode: nowrap;&quot;&gt;&lt;br&gt;&lt;/span&gt;&lt;/div&gt;" vertex="1">
          <mxGeometry height="80" width="97.17" x="20" y="10" as="geometry" />
        </mxCell>
        <mxCell id="zzqq1YDTvUKB0URQ00NY-77" parent="zzqq1YDTvUKB0URQ00NY-74" style="html=1;shadow=0;dashed=0;align=center;verticalAlign=middle;shape=mxgraph.arrows2.arrow;dy=0;dx=10;notch=10;" value="" vertex="1">
          <mxGeometry height="60" width="117.17391304347828" x="117.17391304347828" y="30" as="geometry" />
        </mxCell>
        <mxCell id="zzqq1YDTvUKB0URQ00NY-78" parent="zzqq1YDTvUKB0URQ00NY-74" style="text;whiteSpace=wrap;html=1;align=center;" value="&lt;div style=&quot;&quot;&gt;&lt;span style=&quot;caret-color: rgb(0, 0, 0); text-wrap-mode: nowrap;&quot;&gt;&lt;font style=&quot;font-size: 11px;&quot;&gt;wyłączenie&lt;/font&gt;&lt;/span&gt;&lt;/div&gt;&lt;div style=&quot;&quot;&gt;&lt;span style=&quot;caret-color: rgb(0, 0, 0); text-wrap-mode: nowrap;&quot;&gt;&lt;font style=&quot;font-size: 11px;&quot;&gt;funkcyjne&lt;/font&gt;&lt;/span&gt;&lt;/div&gt;&lt;div style=&quot;&quot;&gt;&lt;font style=&quot;font-size: 9px;&quot;&gt;&lt;span style=&quot;text-wrap-mode: nowrap;&quot;&gt;(wyłączenie&amp;nbsp;&lt;/span&gt;&lt;span style=&quot;white-space: nowrap;&quot;&gt;przez&amp;nbsp;&lt;/span&gt;&lt;/font&gt;&lt;/div&gt;&lt;div style=&quot;&quot;&gt;&lt;span style=&quot;white-space: nowrap;&quot;&gt;&lt;font style=&quot;font-size: 9px;&quot;&gt;&lt;font&gt;PWRKEY&lt;/font&gt;&lt;font&gt; przy awarii)&amp;nbsp;&lt;/font&gt;&lt;/font&gt;&lt;/span&gt;&lt;/div&gt;" vertex="1">
          <mxGeometry height="70" width="120" x="120" y="25" as="geometry" />
        </mxCell>
        <mxCell id="zzqq1YDTvUKB0URQ00NY-79" parent="zzqq1YDTvUKB0URQ00NY-74" style="html=1;shadow=0;dashed=0;align=center;verticalAlign=middle;shape=mxgraph.arrows2.arrow;dy=0;dx=8.34;notch=10;" value="" vertex="1">
          <mxGeometry height="60" width="117.17391304347828" x="234.34782608695656" y="30" as="geometry" />
        </mxCell>
        <mxCell id="zzqq1YDTvUKB0URQ00NY-80" parent="zzqq1YDTvUKB0URQ00NY-74" style="text;whiteSpace=wrap;html=1;align=center;fontSize=11;" value="&lt;span style=&quot;text-wrap-mode: nowrap;&quot;&gt;&lt;font&gt;test komunikacji&amp;nbsp;&lt;/font&gt;&lt;/span&gt;&lt;span style=&quot;white-space: nowrap;&quot;&gt;AT&lt;/span&gt;&lt;div&gt;&lt;font style=&quot;font-size: 9px;&quot;&gt;&lt;span style=&quot;white-space: nowrap;&quot;&gt;(wyłączenie&amp;nbsp;&lt;/span&gt;&lt;span style=&quot;white-space: nowrap;&quot;&gt;przez&amp;nbsp;&lt;/span&gt;&lt;/font&gt;&lt;/div&gt;&lt;div&gt;&lt;span style=&quot;white-space: nowrap;&quot;&gt;&lt;font style=&quot;font-size: 9px;&quot;&gt;&lt;font&gt;PWRKEY&lt;/font&gt;&lt;font&gt;&amp;nbsp;&lt;/font&gt;&lt;/font&gt;&lt;/span&gt;&lt;/div&gt;&lt;div&gt;&lt;span style=&quot;white-space: nowrap;&quot;&gt;&lt;font&gt;&lt;font style=&quot;font-size: 9px;&quot;&gt;przy awarii)&amp;nbsp;&lt;/font&gt;&lt;/font&gt;&lt;/span&gt;&lt;/div&gt;" vertex="1">
          <mxGeometry height="60" width="110" x="240" y="30" as="geometry" />
        </mxCell>
        <mxCell id="zzqq1YDTvUKB0URQ00NY-82" parent="zzqq1YDTvUKB0URQ00NY-133" style="text;whiteSpace=wrap;html=1;align=center;" value="&lt;div style=&quot;&quot;&gt;&lt;span style=&quot;&quot;&gt;&lt;b&gt;&lt;font style=&quot;font-size: 15px;&quot;&gt;Wyłączenie modemu&lt;/font&gt;&lt;/b&gt;&lt;/span&gt;&lt;br&gt;&lt;/div&gt;" vertex="1">
          <mxGeometry height="50" width="470" as="geometry" />
        </mxCell>
-         <mxCell id="zzqq1YDTvUKB0URQ00NY-136" connectable="0" parent="1" style="group" value="" vertex="1">
-           <mxGeometry height="95" width="501.9999999999999" x="1360" y="310" as="geometry" />
-         </mxCell>
-         <mxCell id="zzqq1YDTvUKB0URQ00NY-137" connectable="0" parent="zzqq1YDTvUKB0URQ00NY-136" style="group" value="" vertex="1">
-           <mxGeometry height="95" width="470" x="32" as="geometry" />
-         </mxCell>
-         <mxCell id="zzqq1YDTvUKB0URQ00NY-138" parent="zzqq1YDTvUKB0URQ00NY-137" style="html=1;shadow=0;dashed=0;align=center;verticalAlign=middle;shape=mxgraph.arrows2.arrow;dy=0;dx=10;notch=10;" value="" vertex="1">
-           <mxGeometry height="60" width="117.17391304347828" y="30" as="geometry" />
-         </mxCell>
-         <mxCell id="zzqq1YDTvUKB0URQ00NY-139" parent="zzqq1YDTvUKB0URQ00NY-137" style="text;whiteSpace=wrap;html=1;" value="&lt;div style=&quot;font-size: 12.000001px; text-align: center;&quot;&gt;&lt;span style=&quot;text-wrap-mode: nowrap;&quot;&gt;&lt;font style=&quot;font-size: 11px;&quot;&gt;&lt;br&gt;&lt;/font&gt;&lt;/span&gt;&lt;/div&gt;&lt;div style=&quot;font-size: 12.000001px; text-align: center;&quot;&gt;&lt;span style=&quot;text-wrap-mode: nowrap;&quot;&gt;&lt;font style=&quot;font-size: 11px;&quot;&gt;ustawienie&amp;nbsp;&lt;/font&gt;&lt;/span&gt;&lt;/div&gt;&lt;div style=&quot;font-size: 12.000001px; text-align: center;&quot;&gt;&lt;span style=&quot;text-wrap-mode: nowrap;&quot;&gt;&lt;font style=&quot;font-size: 11px;&quot;&gt;pinów&lt;/font&gt;&lt;/span&gt;&lt;/div&gt;&lt;div style=&quot;font-size: 12.000001px; text-align: center;&quot;&gt;&lt;span style=&quot;text-wrap-mode: nowrap;&quot;&gt;&lt;font style=&quot;font-size: 11px;&quot;&gt;&amp;nbsp;sterujących&amp;nbsp;&lt;/font&gt;&lt;/span&gt;&lt;/div&gt;&lt;div style=&quot;font-size: 12.000001px; text-align: center;&quot;&gt;&lt;span style=&quot;font-size: 11px; text-wrap-mode: nowrap;&quot;&gt;ESP32 -&amp;gt; A7670&lt;/span&gt;&lt;/div&gt;&lt;div&gt;&lt;span style=&quot;font-size: 11px; text-wrap-mode: nowrap;&quot;&gt;&lt;br&gt;&lt;/span&gt;&lt;/div&gt;" vertex="1">
-           <mxGeometry height="80" width="97.17" x="20" y="10" as="geometry" />
-         </mxCell>
-         <mxCell id="zzqq1YDTvUKB0URQ00NY-140" parent="zzqq1YDTvUKB0URQ00NY-137" style="html=1;shadow=0;dashed=0;align=center;verticalAlign=middle;shape=mxgraph.arrows2.arrow;dy=0;dx=10;notch=10;" value="" vertex="1">
-           <mxGeometry height="60" width="117.17391304347828" x="117.17391304347828" y="30" as="geometry" />
-         </mxCell>
-         <mxCell id="zzqq1YDTvUKB0URQ00NY-141" parent="zzqq1YDTvUKB0URQ00NY-137" style="text;whiteSpace=wrap;html=1;align=center;" value="&lt;div style=&quot;&quot;&gt;&lt;span style=&quot;caret-color: rgb(0, 0, 0); text-wrap-mode: nowrap;&quot;&gt;&lt;font style=&quot;font-size: 11px;&quot;&gt;wyłączenie&lt;/font&gt;&lt;/span&gt;&lt;/div&gt;&lt;div style=&quot;&quot;&gt;&lt;span style=&quot;caret-color: rgb(0, 0, 0); text-wrap-mode: nowrap;&quot;&gt;&lt;font style=&quot;font-size: 11px;&quot;&gt;funkcyjne&lt;/font&gt;&lt;/span&gt;&lt;/div&gt;&lt;div style=&quot;&quot;&gt;&lt;font style=&quot;font-size: 9px;&quot;&gt;&lt;span style=&quot;text-wrap-mode: nowrap;&quot;&gt;(wyłączenie&amp;nbsp;&lt;/span&gt;&lt;span style=&quot;white-space: nowrap;&quot;&gt;przez&amp;nbsp;&lt;/span&gt;&lt;/font&gt;&lt;/div&gt;&lt;div style=&quot;&quot;&gt;&lt;span style=&quot;white-space: nowrap;&quot;&gt;&lt;font style=&quot;font-size: 9px;&quot;&gt;&lt;font&gt;PWRKEY&lt;/font&gt;&lt;font&gt; przy awarii)&amp;nbsp;&lt;/font&gt;&lt;/font&gt;&lt;/span&gt;&lt;/div&gt;" vertex="1">
-           <mxGeometry height="70" width="120" x="120" y="25" as="geometry" />
-         </mxCell>
-         <mxCell id="zzqq1YDTvUKB0URQ00NY-142" parent="zzqq1YDTvUKB0URQ00NY-137" style="html=1;shadow=0;dashed=0;align=center;verticalAlign=middle;shape=mxgraph.arrows2.arrow;dy=0;dx=8.34;notch=10;" value="" vertex="1">
-           <mxGeometry height="60" width="117.17391304347828" x="234.34782608695656" y="30" as="geometry" />
-         </mxCell>
-         <mxCell id="zzqq1YDTvUKB0URQ00NY-143" parent="zzqq1YDTvUKB0URQ00NY-137" style="text;whiteSpace=wrap;html=1;align=center;fontSize=11;" value="&lt;span style=&quot;text-wrap-mode: nowrap;&quot;&gt;&lt;font&gt;test komunikacji&amp;nbsp;&lt;/font&gt;&lt;/span&gt;&lt;span style=&quot;white-space: nowrap;&quot;&gt;AT&lt;/span&gt;&lt;div&gt;&lt;font style=&quot;font-size: 9px;&quot;&gt;&lt;span style=&quot;white-space: nowrap;&quot;&gt;(wyłączenie&amp;nbsp;&lt;/span&gt;&lt;span style=&quot;white-space: nowrap;&quot;&gt;przez&amp;nbsp;&lt;/span&gt;&lt;/font&gt;&lt;/div&gt;&lt;div&gt;&lt;span style=&quot;white-space: nowrap;&quot;&gt;&lt;font style=&quot;font-size: 9px;&quot;&gt;&lt;font&gt;PWRKEY&lt;/font&gt;&lt;font&gt;&amp;nbsp;&lt;/font&gt;&lt;/font&gt;&lt;/span&gt;&lt;/div&gt;&lt;div&gt;&lt;span style=&quot;white-space: nowrap;&quot;&gt;&lt;font&gt;&lt;font style=&quot;font-size: 9px;&quot;&gt;przy awarii)&amp;nbsp;&lt;/font&gt;&lt;/font&gt;&lt;/span&gt;&lt;/div&gt;" vertex="1">
-           <mxGeometry height="60" width="110" x="240" y="30" as="geometry" />
-         </mxCell>
-         <mxCell id="zzqq1YDTvUKB0URQ00NY-144" parent="zzqq1YDTvUKB0URQ00NY-136" style="text;whiteSpace=wrap;html=1;align=center;" value="&lt;div style=&quot;&quot;&gt;&lt;span style=&quot;&quot;&gt;&lt;b&gt;&lt;font style=&quot;font-size: 15px;&quot;&gt;Wyłączenie modemu&lt;/font&gt;&lt;/b&gt;&lt;/span&gt;&lt;br&gt;&lt;/div&gt;" vertex="1">
-           <mxGeometry height="50" width="470" as="geometry" />
+         <mxCell id="zzqq1YDTvUKB0URQ00NY-162" connectable="0" parent="1" style="group" value="" vertex="1">
+           <mxGeometry height="140" width="680" x="1520" y="130" as="geometry" />
+         </mxCell>
+         <mxCell id="zzqq1YDTvUKB0URQ00NY-163" parent="zzqq1YDTvUKB0URQ00NY-162" style="rounded=1;whiteSpace=wrap;html=1;fillColor=none;" value="" vertex="1">
+           <mxGeometry height="130" width="460" as="geometry" />
+         </mxCell>
+         <mxCell id="zzqq1YDTvUKB0URQ00NY-164" connectable="0" parent="zzqq1YDTvUKB0URQ00NY-162" style="group" value="" vertex="1">
+           <mxGeometry height="140" width="670" x="10" as="geometry" />
+         </mxCell>
+         <mxCell id="zzqq1YDTvUKB0URQ00NY-165" connectable="0" parent="zzqq1YDTvUKB0URQ00NY-164" style="group" value="" vertex="1">
+           <mxGeometry height="140" width="670" as="geometry" />
+         </mxCell>
+         <mxCell id="zzqq1YDTvUKB0URQ00NY-166" parent="zzqq1YDTvUKB0URQ00NY-165" style="html=1;shadow=0;dashed=0;align=center;verticalAlign=middle;shape=mxgraph.arrows2.arrow;dy=0;dx=10;notch=10;" value="" vertex="1">
+           <mxGeometry height="78" width="110" y="39" as="geometry" />
+         </mxCell>
+         <mxCell id="zzqq1YDTvUKB0URQ00NY-167" parent="zzqq1YDTvUKB0URQ00NY-165" style="html=1;shadow=0;dashed=0;align=center;verticalAlign=middle;shape=mxgraph.arrows2.arrow;dy=0;dx=10;notch=10;" value="" vertex="1">
+           <mxGeometry height="78" width="110" x="110" y="39" as="geometry" />
+         </mxCell>
+         <mxCell id="zzqq1YDTvUKB0URQ00NY-168" parent="zzqq1YDTvUKB0URQ00NY-165" style="text;whiteSpace=wrap;html=1;fontSize=11;align=center;" value="&lt;div style=&quot;&quot;&gt;&lt;div style=&quot;font-size: 12.000001px;&quot;&gt;&lt;span style=&quot;font-size: 11px; text-wrap-mode: nowrap;&quot;&gt;inicjalizacja&lt;/span&gt;&lt;span style=&quot;font-size: 11px; white-space: nowrap;&quot;&gt;&amp;nbsp;&lt;/span&gt;&lt;/div&gt;&lt;div style=&quot;font-size: 12.000001px;&quot;&gt;&lt;span style=&quot;font-size: 11px; white-space: nowrap;&quot;&gt;połączenia&lt;/span&gt;&lt;/div&gt;&lt;div style=&quot;font-size: 12.000001px;&quot;&gt;&lt;span style=&quot;font-size: 11px; white-space: nowrap;&quot;&gt;HTTPS&lt;/span&gt;&lt;/div&gt;&lt;/div&gt;" vertex="1">
+           <mxGeometry height="90" width="120" x="110" y="50" as="geometry" />
+         </mxCell>
+         <mxCell id="zzqq1YDTvUKB0URQ00NY-169" parent="zzqq1YDTvUKB0URQ00NY-165" style="html=1;shadow=0;dashed=0;align=center;verticalAlign=middle;shape=mxgraph.arrows2.arrow;dy=0;dx=10;notch=10;" value="&lt;font color=&quot;#000000&quot;&gt;&lt;span style=&quot;caret-color: rgb(0, 0, 0); font-size: 11px;&quot;&gt;wysyłka danych&lt;/span&gt;&lt;/font&gt;&lt;div&gt;&lt;span style=&quot;caret-color: rgb(0, 0, 0); font-size: 11px;&quot;&gt;metodą&lt;br&gt;&lt;/span&gt;&lt;div&gt;&lt;font color=&quot;#000000&quot;&gt;&lt;span style=&quot;caret-color: rgb(0, 0, 0); font-size: 11px;&quot;&gt;HTTPS POST&lt;/span&gt;&lt;/font&gt;&lt;/div&gt;&lt;/div&gt;" vertex="1">
+           <mxGeometry height="78" width="110" x="220" y="39" as="geometry" />
+         </mxCell>
+         <mxCell id="zzqq1YDTvUKB0URQ00NY-170" parent="zzqq1YDTvUKB0URQ00NY-165" style="html=1;shadow=0;dashed=0;align=center;verticalAlign=middle;shape=mxgraph.arrows2.arrow;dy=0;dx=10;notch=10;fontSize=11;labelBackgroundColor=none;" value="analiza&amp;nbsp;&lt;div&gt;odpowiedzi&amp;nbsp;&lt;/div&gt;&lt;div&gt;serwera&lt;/div&gt;" vertex="1">
+           <mxGeometry height="78" width="110" x="330" y="39" as="geometry" />
+         </mxCell>
+         <mxCell id="zzqq1YDTvUKB0URQ00NY-171" parent="zzqq1YDTvUKB0URQ00NY-165" style="text;whiteSpace=wrap;html=1;align=center;" value="&lt;div style=&quot;&quot;&gt;&lt;b&gt;&lt;font style=&quot;font-size: 15px;&quot;&gt;Wysyłka danych HTTPS&lt;/font&gt;&lt;/b&gt;&lt;/div&gt;" vertex="1">
+           <mxGeometry height="65" width="460" x="-10" as="geometry" />
+         </mxCell>
+         <mxCell id="zzqq1YDTvUKB0URQ00NY-172" parent="zzqq1YDTvUKB0URQ00NY-165" style="text;whiteSpace=wrap;html=1;align=center;" value="&lt;div style=&quot;&quot;&gt;&lt;span style=&quot;font-size: 11px; white-space: nowrap;&quot;&gt;ustawienie&amp;nbsp;&lt;/span&gt;&lt;br&gt;&lt;/div&gt;&lt;div style=&quot;font-size: 11px;&quot;&gt;&lt;span style=&quot;white-space: nowrap;&quot;&gt;URL kanału&lt;/span&gt;&lt;br&gt;&lt;/div&gt;&lt;div style=&quot;font-size: 11px;&quot;&gt;&lt;span style=&quot;white-space: nowrap;&quot;&gt;ThingSpeak&lt;/span&gt;&lt;/div&gt;" vertex="1">
+           <mxGeometry height="70" width="150" x="-20" y="50" as="geometry" />
        </mxCell>
      </root>
    </mxGraphModel>
  </diagram>
</mxfile>
